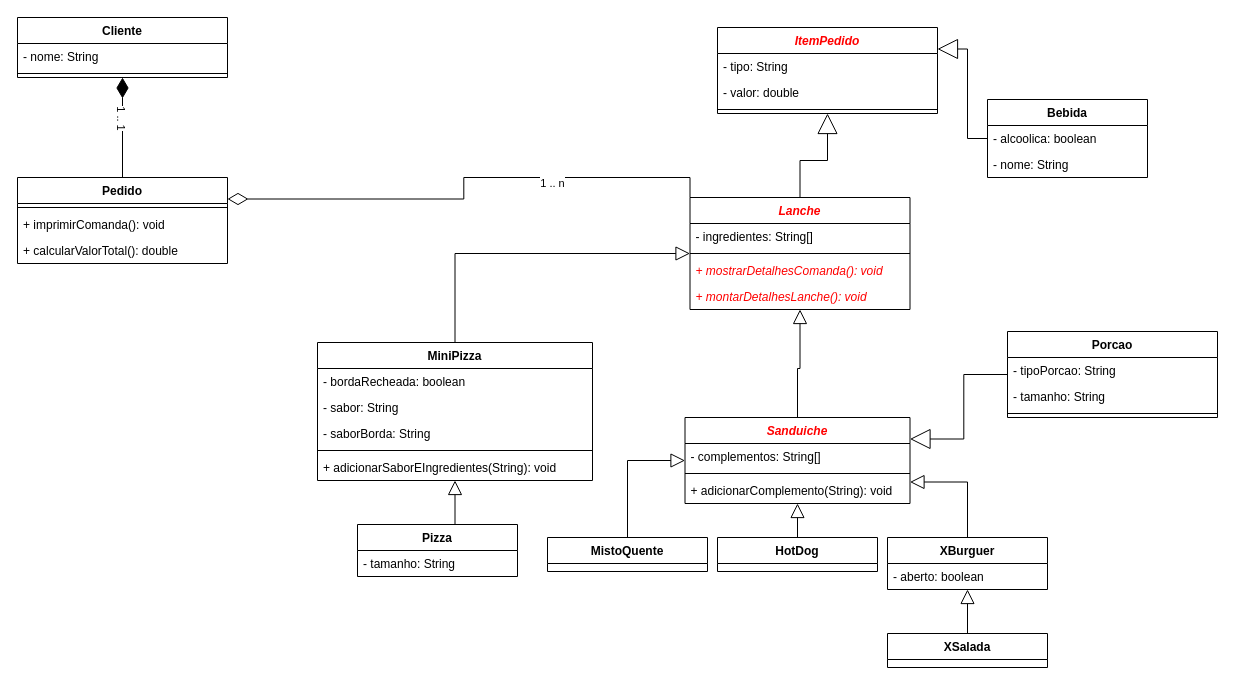
The draw.io diagram page "Lanches" (1 of 8) of diagramas.drawio in hannaBanannaOF/entra21-git-inicio, before the edit. Source tidied: cells renumbered, new cells numbered last; positions are measured from the earlier drawing's top-left corner, leaving out a move shared by most shapes. Both pictures are drawn from the tidied source at 100%, with x=0, y=0 at pixel (17, 17).
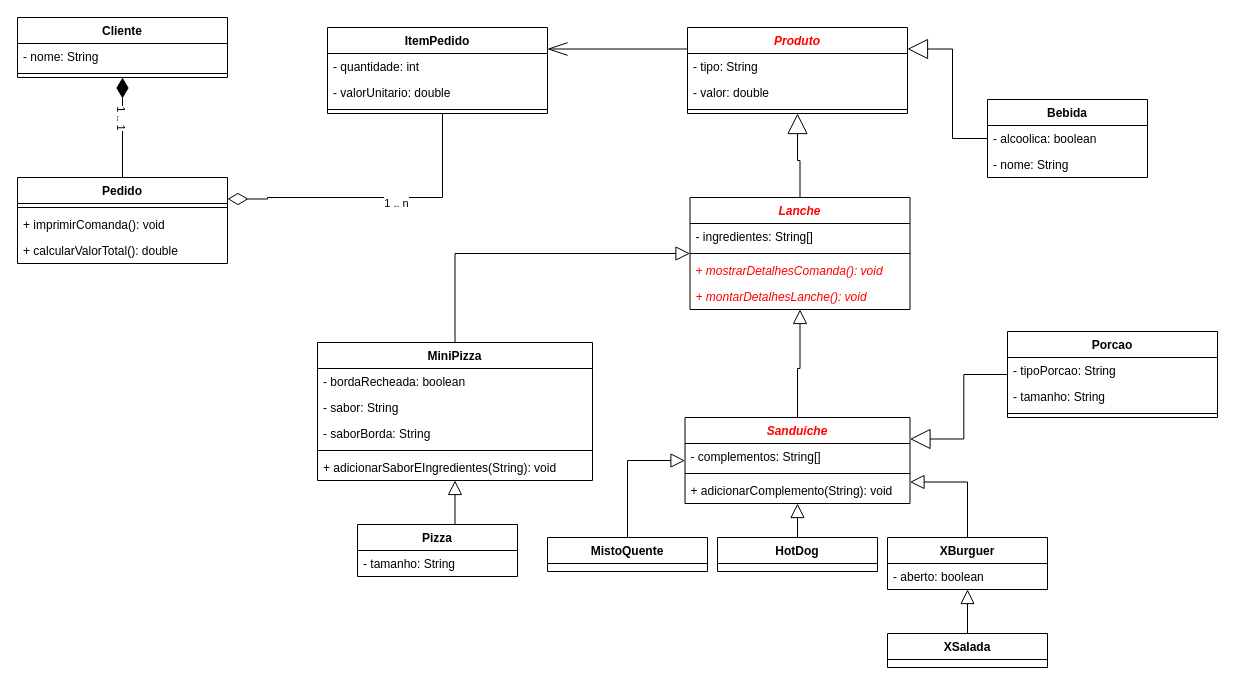
The same page after the edit.

Unchanged cells that the change refers to:
```xml
<mxCell id="3" value="Lanche" style="swimlane;fontStyle=3;align=center;verticalAlign=top;horizontal=1;startSize=26;fontColor=#FF0000;" parent="1" vertex="1">
  <mxGeometry x="672.5" y="180" width="220" height="112" as="geometry" />
</mxCell>
<mxCell id="20" value="Pedido" style="swimlane;fontStyle=1;align=center;verticalAlign=top;horizontal=1;startSize=26;" parent="1" vertex="1">
  <mxGeometry y="160" width="210" height="86" as="geometry" />
</mxCell>
```

The edit, as a diff of the source:
```diff
@@
-    <mxCell id="18" style="edgeStyle=orthogonalEdgeStyle;rounded=0;jettySize=auto;html=1;exitX=1;exitY=0.25;exitDx=0;exitDy=0;entryX=0;entryY=0;entryDx=0;entryDy=0;endArrow=none;endFill=0;endSize=18;startArrow=diamondThin;startFill=0;startSize=18;" parent="1" edge="1" source="20" target="3">
-      <mxGeometry relative="1" as="geometry" />
+    <mxCell id="18" style="edgeStyle=orthogonalEdgeStyle;rounded=0;jettySize=auto;html=1;exitX=1;exitY=0.25;exitDx=0;exitDy=0;endArrow=none;endFill=0;endSize=18;startArrow=diamondThin;startFill=0;startSize=18;entryX=0.5;entryY=1;entryDx=0;entryDy=0;" parent="1" edge="1" source="20" target="57">
+      <mxGeometry relative="1" as="geometry">
+        <Array as="points">
+          <mxPoint x="250" y="182" />
+          <mxPoint x="250" y="180" />
+          <mxPoint x="425" y="180" />
+        </Array>
+      </mxGeometry>
     </mxCell>
     <mxCell id="19" value="1 .. n" style="edgeLabel;html=1;align=center;verticalAlign=middle;" parent="18" vertex="1">
       <mxGeometry x="0.16" y="-1" relative="1" as="geometry">
-        <mxPoint x="54" y="4" as="offset" />
+        <mxPoint x="-7" y="4" as="offset" />
       </mxGeometry>
     </mxCell>
@@
-    <mxCell id="52" value="ItemPedido" style="swimlane;fontStyle=3;align=center;verticalAlign=top;horizontal=1;startSize=26;fontColor=#FF0000;" parent="1" vertex="1">
-      <mxGeometry x="700" y="10" width="220" height="86" as="geometry" />
+    <mxCell id="52" value="Produto" style="swimlane;fontStyle=3;align=center;verticalAlign=top;horizontal=1;startSize=26;fontColor=#FF0000;" parent="1" vertex="1">
+      <mxGeometry x="670" y="10" width="220" height="86" as="geometry" />
     </mxCell>
@@
+    <mxCell id="56" style="edgeStyle=orthogonalEdgeStyle;rounded=0;jettySize=auto;html=1;exitX=1;exitY=0.25;exitDx=0;exitDy=0;entryX=0;entryY=0.25;entryDx=0;entryDy=0;fontColor=#000000;endSize=18;endArrow=none;endFill=0;startSize=18;startArrow=openThin;startFill=0;" parent="1" edge="1" source="57" target="52">
+      <mxGeometry relative="1" as="geometry" />
+    </mxCell>
+    <mxCell id="57" value="ItemPedido" style="swimlane;fontStyle=1;align=center;verticalAlign=top;horizontal=1;startSize=26;fontColor=#000000;" parent="1" vertex="1">
+      <mxGeometry x="310" y="10" width="220" height="86" as="geometry" />
+    </mxCell>
+    <mxCell id="58" value="- quantidade: int" style="text;strokeColor=none;fillColor=none;align=left;verticalAlign=top;spacingLeft=4;spacingRight=4;overflow=hidden;" parent="57" vertex="1">
+      <mxGeometry y="26" width="220" height="26" as="geometry" />
+    </mxCell>
+    <mxCell id="59" value="- valorUnitario: double" style="text;strokeColor=none;fillColor=none;align=left;verticalAlign=top;spacingLeft=4;spacingRight=4;overflow=hidden;" parent="57" vertex="1">
+      <mxGeometry y="52" width="220" height="26" as="geometry" />
+    </mxCell>
+    <mxCell id="60" style="line;strokeWidth=1;fillColor=none;align=left;verticalAlign=middle;spacingTop=-1;spacingLeft=3;spacingRight=3;labelPosition=right;" parent="57" vertex="1">
+      <mxGeometry y="78" width="220" height="8" as="geometry" />
+    </mxCell>
```
